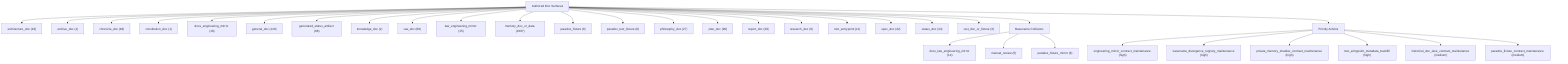
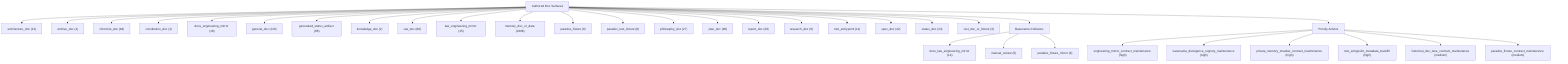
graph TD
    root["Authored Doc Surfaces"]
-     category_architecture_doc["architecture_doc (18)"]
+     category_architecture_doc["architecture_doc (21)"]
    root --> category_architecture_doc
    category_archive_doc["archive_doc (1)"]
    root --> category_archive_doc
    category_chronicle_doc["chronicle_doc (48)"]
    root --> category_chronicle_doc
    category_constitution_doc["constitution_doc (1)"]
    root --> category_constitution_doc
    category_docs_engineering_mirror["docs_engineering_mirror (16)"]
    root --> category_docs_engineering_mirror
    category_general_doc["general_doc (128)"]
    root --> category_general_doc
    category_generated_status_artifact["generated_status_artifact (96)"]
    root --> category_generated_status_artifact
    category_knowledge_doc["knowledge_doc (2)"]
    root --> category_knowledge_doc
    category_law_doc["law_doc (60)"]
    root --> category_law_doc
    category_law_engineering_mirror["law_engineering_mirror (15)"]
    root --> category_law_engineering_mirror
-     category_memory_doc_or_data["memory_doc_or_data (1607)"]
+     category_memory_doc_or_data["memory_doc_or_data (1608)"]
    root --> category_memory_doc_or_data
    category_paradox_fixture["paradox_fixture (8)"]
    root --> category_paradox_fixture
    category_paradox_test_fixture["paradox_test_fixture (8)"]
    root --> category_paradox_test_fixture
    category_philosophy_doc["philosophy_doc (27)"]
    root --> category_philosophy_doc
    category_plan_doc["plan_doc (99)"]
    root --> category_plan_doc
    category_report_doc["report_doc (29)"]
    root --> category_report_doc
    category_research_doc["research_doc (9)"]
    root --> category_research_doc
    category_root_entrypoint["root_entrypoint (11)"]
    root --> category_root_entrypoint
    category_spec_doc["spec_doc (42)"]
    root --> category_spec_doc
    category_status_doc["status_doc (24)"]
    root --> category_status_doc
    category_test_doc_or_fixture["test_doc_or_fixture (3)"]
    root --> category_test_doc_or_fixture
    collisions["Basename Collisions"]
    root --> collisions
    family_docs_law_engineering_mirror["docs_law_engineering_mirror (14)"]
    collisions --> family_docs_law_engineering_mirror
    family_manual_review["manual_review (5)"]
    collisions --> family_manual_review
    family_paradox_fixture_mirror["paradox_fixture_mirror (8)"]
    collisions --> family_paradox_fixture_mirror
    priorities["Priority Actions"]
    root --> priorities
    priority_engineering_mirror_contract_maintenance["engineering_mirror_contract_maintenance (high)"]
    priorities --> priority_engineering_mirror_contract_maintenance
    priority_basename_divergence_registry_maintenance["basename_divergence_registry_maintenance (high)"]
    priorities --> priority_basename_divergence_registry_maintenance
    priority_private_memory_shadow_contract_maintenance["private_memory_shadow_contract_maintenance (high)"]
    priorities --> priority_private_memory_shadow_contract_maintenance
    priority_root_entrypoint_metadata_backfill["root_entrypoint_metadata_backfill (high)"]
    priorities --> priority_root_entrypoint_metadata_backfill
    priority_historical_doc_lane_contract_maintenance["historical_doc_lane_contract_maintenance (medium)"]
    priorities --> priority_historical_doc_lane_contract_maintenance
    priority_paradox_fixture_contract_maintenance["paradox_fixture_contract_maintenance (medium)"]
    priorities --> priority_paradox_fixture_contract_maintenance
